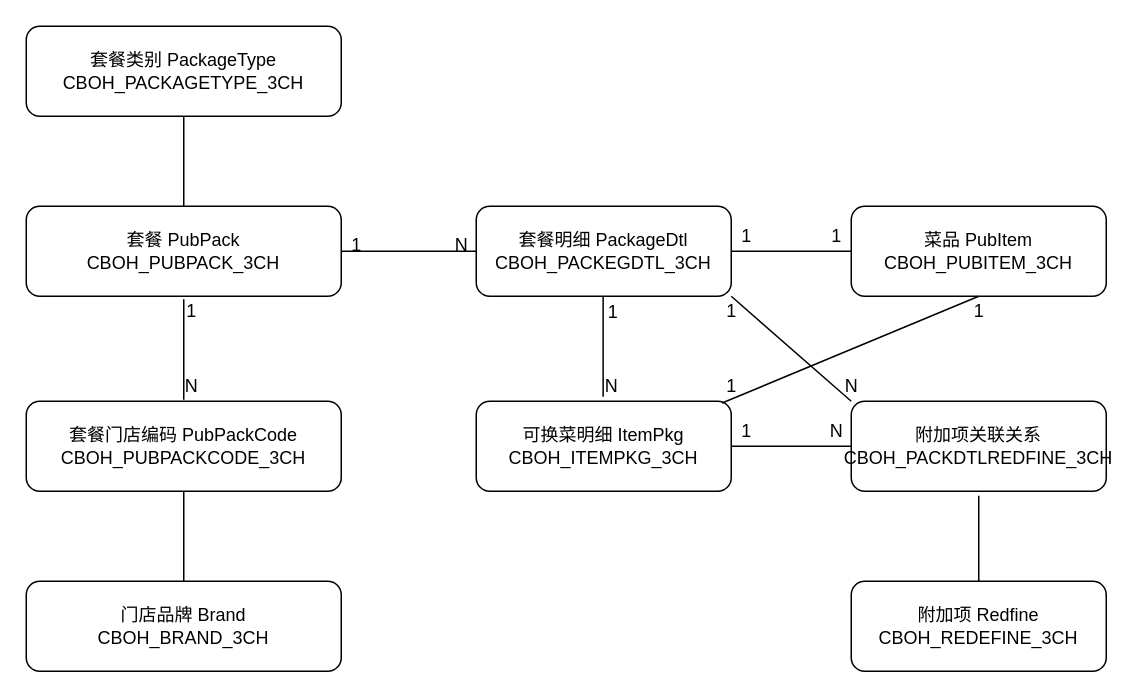
liuchenwei2000/diagram keeps this draw.io diagram as 套餐.drawio. Above is the earlier version. Source tidied: cells renumbered, new cells numbered last; positions are measured from the earlier drawing's top-left corner, leaving out a move shared by most shapes. Both pictures are drawn from the tidied source at 150%, with x=0, y=0 at pixel (26, 26).
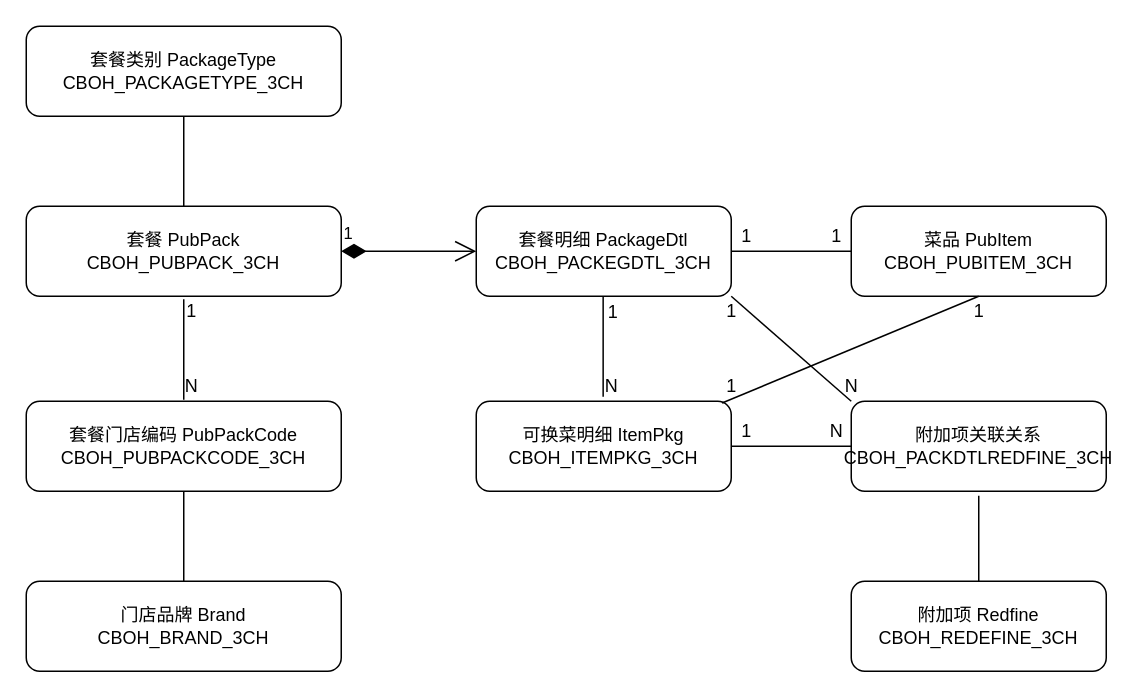
After the change.

Unchanged cells that the change refers to:
```xml
<mxCell id="3" value="套餐 PubPack&lt;br&gt;CBOH_PUBPACK_3CH" style="rounded=1;whiteSpace=wrap;html=1;" parent="1" vertex="1">
  <mxGeometry y="120" width="210" height="60" as="geometry" />
</mxCell>
<mxCell id="5" value="套餐明细 PackageDtl&lt;br&gt;CBOH_PACKEGDTL_3CH" style="rounded=1;whiteSpace=wrap;html=1;" parent="1" vertex="1">
  <mxGeometry x="300" y="120" width="170" height="60" as="geometry" />
</mxCell>
```

Diff of the diagram source:
```diff
@@
-    <mxCell id="12" style="endArrow=none;html=1;entryX=0;entryY=0.5;entryDx=0;entryDy=0;exitX=1;exitY=0.5;exitDx=0;exitDy=0;" parent="1" edge="1" source="3" target="5">
-      <mxGeometry relative="1" as="geometry" />
-    </mxCell>
-    <mxCell id="13" value="1" style="text;html=1;align=center;verticalAlign=middle;" parent="1" vertex="1">
-      <mxGeometry x="210" y="136" width="20" height="20" as="geometry" />
-    </mxCell>
-    <mxCell id="14" value="N" style="text;html=1;align=center;verticalAlign=middle;" parent="1" vertex="1">
-      <mxGeometry x="280" y="136" width="20" height="20" as="geometry" />
-    </mxCell>
@@
+    <mxCell id="13" value="1" style="endArrow=open;html=1;endSize=12;startArrow=diamondThin;startSize=14;startFill=1;edgeStyle=orthogonalEdgeStyle;align=left;verticalAlign=bottom;exitX=1;exitY=0.5;exitDx=0;exitDy=0;" parent="1" edge="1" source="3">
+      <mxGeometry x="-1" y="3" relative="1" as="geometry">
+        <mxPoint x="300" y="150" as="targetPoint" />
+      </mxGeometry>
+    </mxCell>
```
